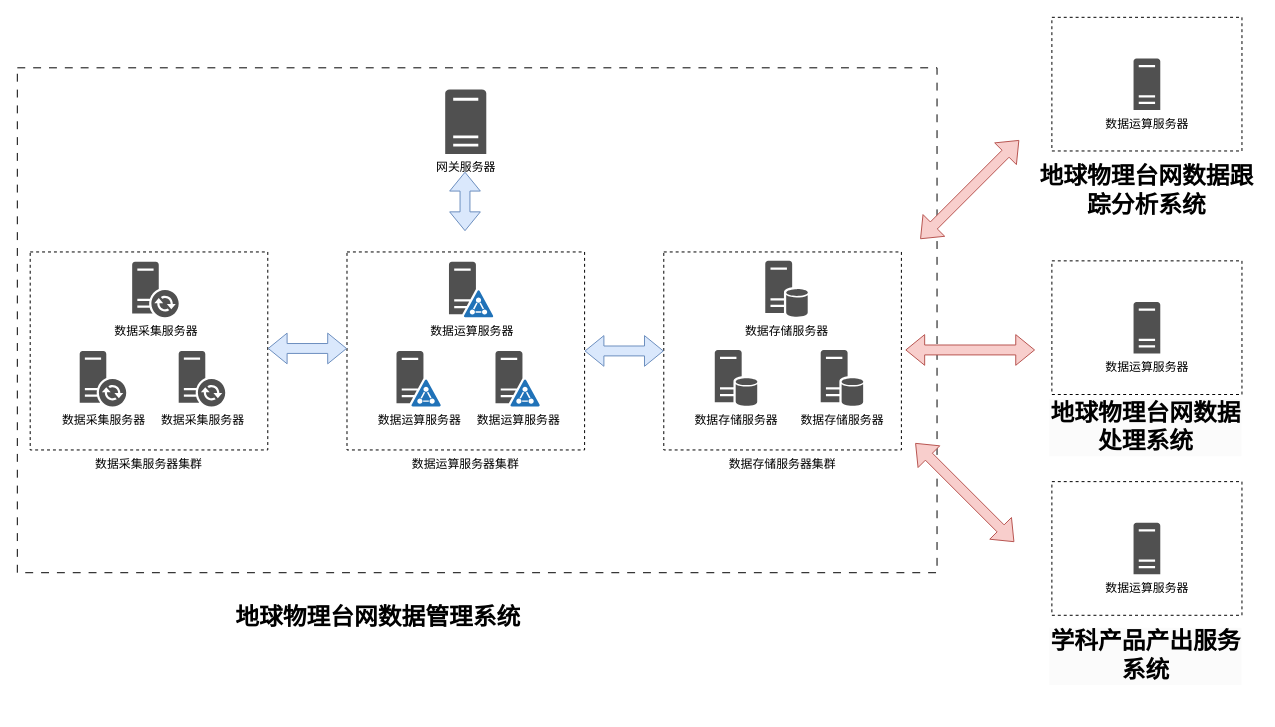
Earlier version of the draw.io diagram page "Page-1" (1 of 2) of drawio/eq_network.drawio (raingnight/Blog_Pic). Source tidied: cells renumbered, new cells numbered last; positions are measured from the earlier drawing's top-left corner, leaving out a move shared by most shapes. Both pictures are drawn from the tidied source at 99%, with x=0, y=0 at pixel (17, 17).
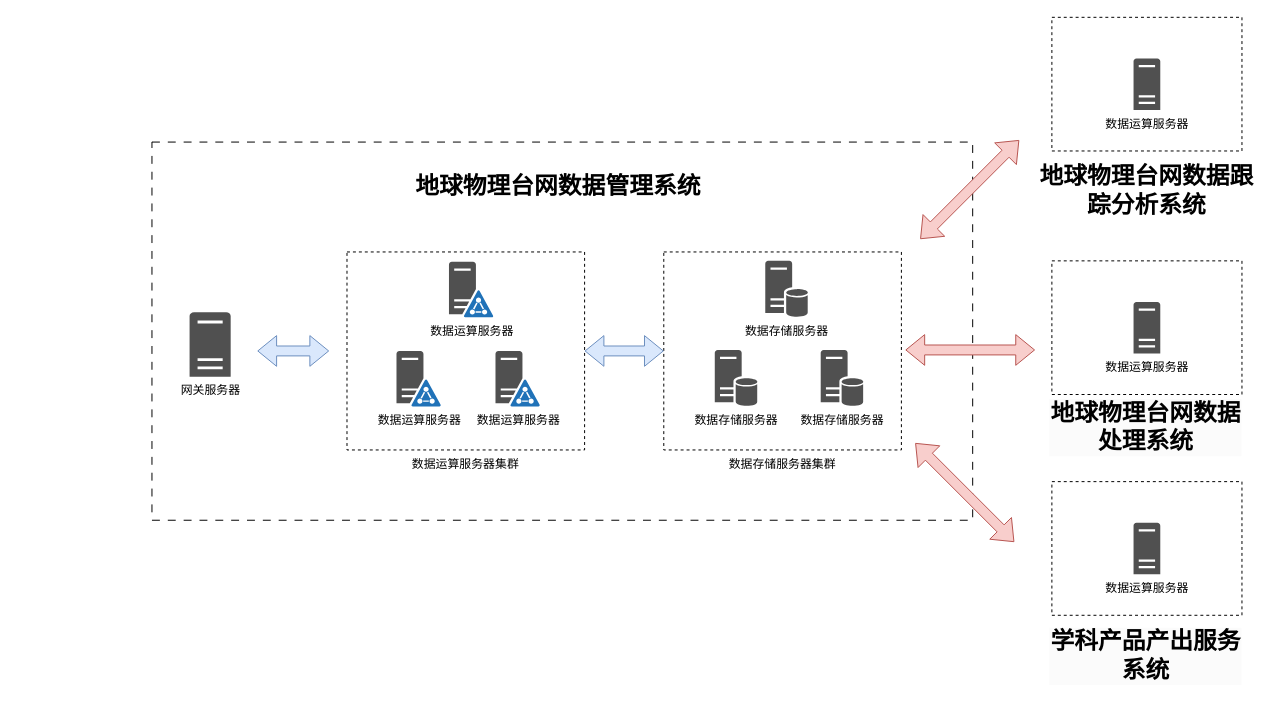
The same page after the edit.

What changed in the source:
```diff
@@
     <mxCell id="2" style="rounded=0;whiteSpace=wrap;html=1;dashed=1;dashPattern=8 8;" parent="1" vertex="1">
-      <mxGeometry y="51" width="929" height="510" as="geometry" />
+      <mxGeometry x="136" y="126" width="829" height="382" as="geometry" />
     </mxCell>
@@
-    <mxCell id="7" style="rounded=0;whiteSpace=wrap;html=1;dashed=1;" parent="1" vertex="1">
-      <mxGeometry x="13" y="237" width="240" height="200" as="geometry" />
-    </mxCell>
@@
-    <mxCell id="9" value="数据采集服务器" style="sketch=0;shadow=0;dashed=0;html=1;strokeColor=none;fillColor=#505050;labelPosition=center;verticalLabelPosition=bottom;verticalAlign=top;align=center;shape=mxgraph.office.servers.dirsync_server;" parent="1" vertex="1">
-      <mxGeometry x="63" y="337" width="47" height="56" as="geometry" />
-    </mxCell>
-    <mxCell id="10" value="数据采集服务器" style="sketch=0;shadow=0;dashed=0;html=1;strokeColor=none;fillColor=#505050;labelPosition=center;verticalLabelPosition=bottom;verticalAlign=top;align=center;shape=mxgraph.office.servers.dirsync_server;" parent="1" vertex="1">
-      <mxGeometry x="116" y="247" width="47" height="56" as="geometry" />
-    </mxCell>
-    <mxCell id="11" value="数据采集服务器" style="sketch=0;shadow=0;dashed=0;html=1;strokeColor=none;fillColor=#505050;labelPosition=center;verticalLabelPosition=bottom;verticalAlign=top;align=center;shape=mxgraph.office.servers.dirsync_server;" parent="1" vertex="1">
-      <mxGeometry x="163" y="337" width="47" height="56" as="geometry" />
-    </mxCell>
@@
     <mxCell id="17" value="网关服务器" style="sketch=0;shadow=0;dashed=0;html=1;strokeColor=none;fillColor=#505050;labelPosition=center;verticalLabelPosition=bottom;verticalAlign=top;align=center;shape=mxgraph.office.servers.server_generic;" parent="1" vertex="1">
-      <mxGeometry x="432.2" y="73" width="41.5" height="65" as="geometry" />
+      <mxGeometry x="174" y="298" width="41.5" height="65" as="geometry" />
     </mxCell>
-    <mxCell id="18" style="shape=flexArrow;endArrow=classic;startArrow=classic;html=1;rounded=0;fillColor=#dae8fc;strokeColor=#6c8ebf;" parent="1" edge="1">
-      <mxGeometry relative="1" as="geometry">
-        <mxPoint x="253" y="334.5" as="sourcePoint" />
-        <mxPoint x="333" y="334.5" as="targetPoint" />
-      </mxGeometry>
-    </mxCell>
@@
     <mxCell id="20" style="shape=flexArrow;endArrow=classic;startArrow=classic;html=1;rounded=0;fillColor=#dae8fc;strokeColor=#6c8ebf;" parent="1" edge="1">
       <mxGeometry relative="1" as="geometry">
-        <mxPoint x="452.2" y="216" as="sourcePoint" />
-        <mxPoint x="452.2" y="156" as="targetPoint" />
+        <mxPoint x="315" y="337" as="sourcePoint" />
+        <mxPoint x="242.4" y="337" as="targetPoint" />
       </mxGeometry>
     </mxCell>
-    <mxCell id="21" value="数据采集服务器集群" style="text;html=1;strokeColor=none;fillColor=none;align=center;verticalAlign=middle;whiteSpace=wrap;rounded=0;" parent="1" vertex="1">
-      <mxGeometry x="78" y="437" width="110" height="30" as="geometry" />
-    </mxCell>
@@
     <mxCell id="24" value="&lt;p class=&quot;MsoNormal&quot;&gt;&lt;font style=&quot;font-size: 24px;&quot;&gt;地球物理台网数据管理系统&lt;/font&gt;&lt;/p&gt;" style="text;html=1;strokeColor=none;fillColor=none;align=center;verticalAlign=middle;whiteSpace=wrap;rounded=0;fontStyle=1;" parent="1" vertex="1">
-      <mxGeometry x="188" y="591" width="353" height="30" as="geometry" />
+      <mxGeometry x="370" y="156" width="353" height="30" as="geometry" />
     </mxCell>
```
